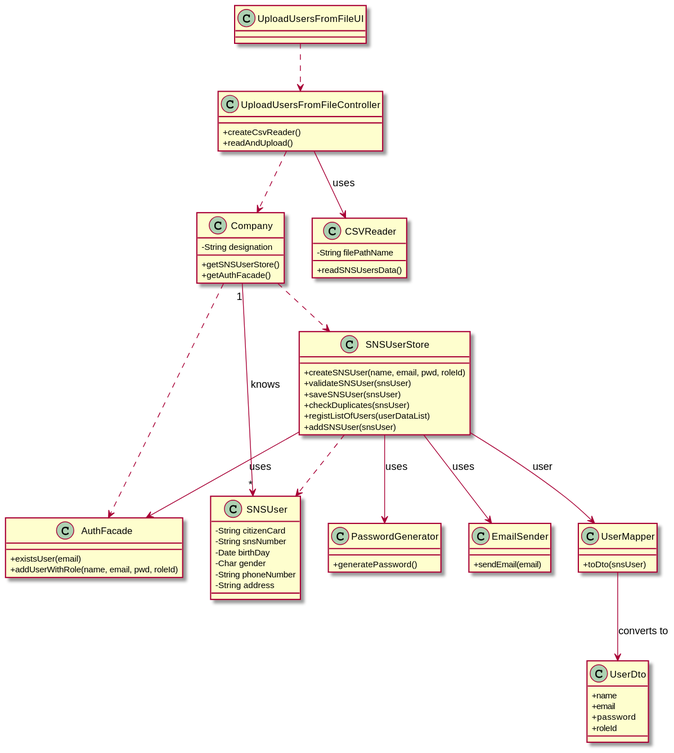
Before: docs/SprintC/US14/CD/US14_CD.svg, a diagram exported from PlantUML (miseEnPlace-i/lapr2).
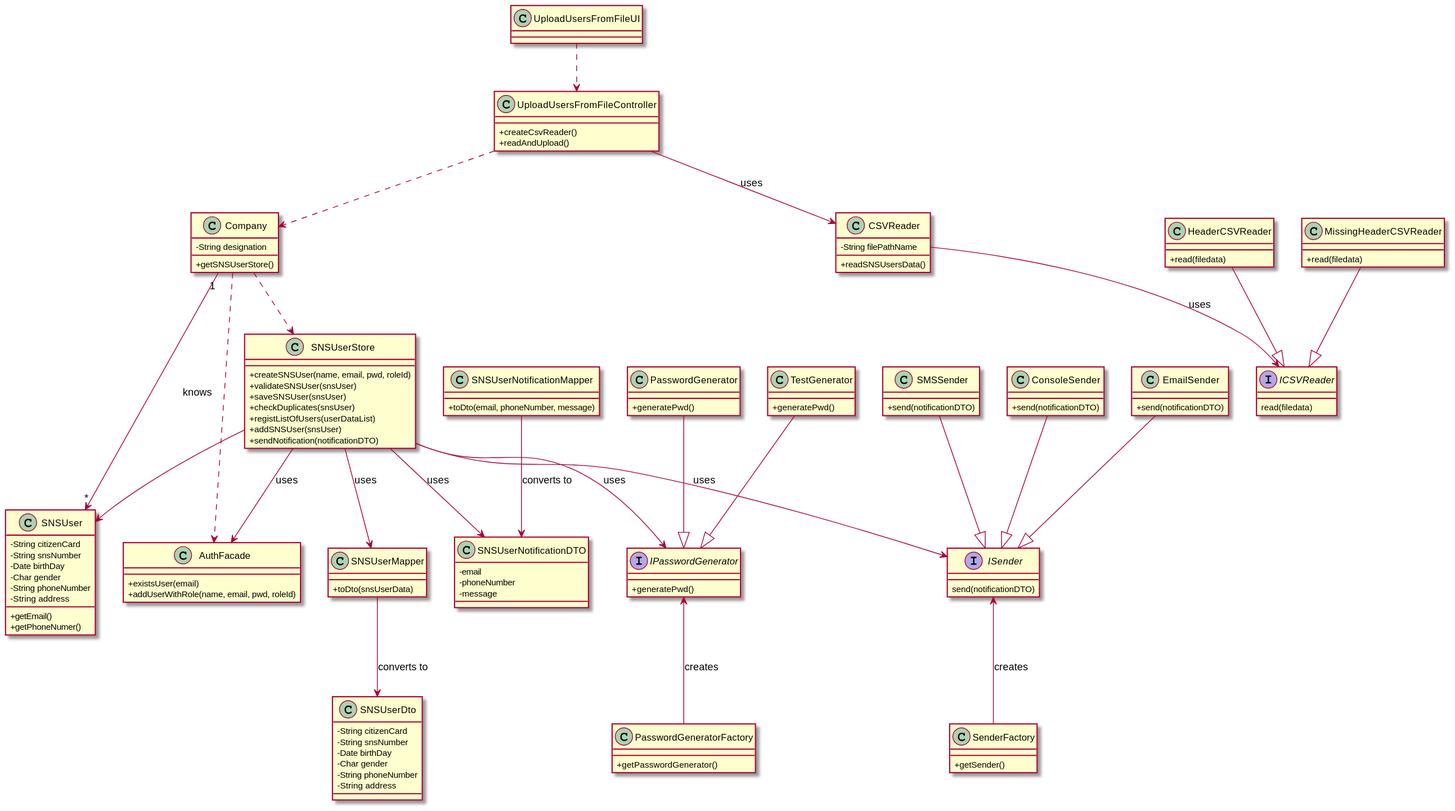
After the commit.

The edit, as a diff of the source:
```diff
@@ -9,7 +9,6 @@
 class Company {
   - String designation
   + getSNSUserStore()
-  + getAuthFacade()
 }
 
 class UploadUsersFromFileController {
@@ -26,6 +25,9 @@
   - Char gender
   - String phoneNumber
   - String address
+
+  +getEmail()
+  +getPhoneNumer()
 }
 
 class SNSUserStore {
@@ -35,14 +37,42 @@
   + checkDuplicates(snsUser)
   + registListOfUsers(userDataList)
   + addSNSUser(snsUser)
+  + sendNotification(notificationDTO)
+}
+
+interface IPasswordGenerator {
+  + generatePwd()
 }
 
 class PasswordGenerator {
-  + generatePassword()
+  + generatePwd()
+}
+class TestGenerator {
+  + generatePwd()
 }
 
+class PasswordGeneratorFactory {
+  + getPasswordGenerator()
+}
+
+interface ISender {
+  send(notificationDTO)
+}
+
+class ConsoleSender {
+  + send(notificationDTO)
+}
 class EmailSender {
-  + sendEmail(email)
+  + send(notificationDTO)
+}
+class SMSSender {
+  + send(notificationDTO)
+}
+
+
+
+class SenderFactory {
+  + getSender()
 }
 
 class CSVReader {
@@ -51,15 +81,38 @@
   + readSNSUsersData()
 }
 
-class UserMapper{
-  + toDto(snsUser)
+interface ICSVReader{
+  read(filedata)
 }
 
-class UserDto{
-  + name
-  + email
-  + password
-  + roleId
+class HeaderCSVReader {
+  + read(filedata)
+}
+class MissingHeaderCSVReader{
+  + read(filedata)
+}
+
+class SNSUserMapper{
+  + toDto(snsUserData)
+}
+
+class SNSUserDto{
+  - String citizenCard
+  - String snsNumber
+  - Date birthDay
+  - Char gender
+  - String phoneNumber
+  - String address
+}
+
+class SNSUserNotificationMapper{
+  + toDto(email, phoneNumber, message)
+}
+
+class SNSUserNotificationDTO{
+  -email
+  -phoneNumber
+  -message
 }
 
 Company ..> SNSUserStore
@@ -68,12 +121,23 @@
 UploadUsersFromFileController ..> Company
 UploadUsersFromFileUI ..> UploadUsersFromFileController
 UploadUsersFromFileController --> CSVReader : uses
+CSVReader --> ICSVReader : uses
 SNSUserStore --> AuthFacade : uses
-SNSUserStore --> PasswordGenerator : uses
-SNSUserStore --> EmailSender : uses
-SNSUserStore ..> SNSUser
-SNSUserStore --> UserMapper : user
-UserMapper --> UserDto : converts to
-
+SNSUserStore --> IPasswordGenerator : uses
+IPasswordGenerator <-- PasswordGeneratorFactory : creates
+SNSUserStore --> ISender : uses
+ISender <-- SenderFactory : creates
+SNSUserStore --> SNSUser
+SNSUserStore --> SNSUserMapper : uses
+SNSUserMapper --> SNSUserDto : converts to
+SNSUserStore --> SNSUserNotificationDTO : uses
+SNSUserNotificationMapper --> SNSUserNotificationDTO : converts to
+HeaderCSVReader --|> ICSVReader
+MissingHeaderCSVReader --|> ICSVReader
+SMSSender --|> ISender
+EmailSender --|> ISender
+ConsoleSender --|> ISender
+PasswordGenerator --|> IPasswordGenerator
+TestGenerator --|> IPasswordGenerator
 
 @enduml
```
